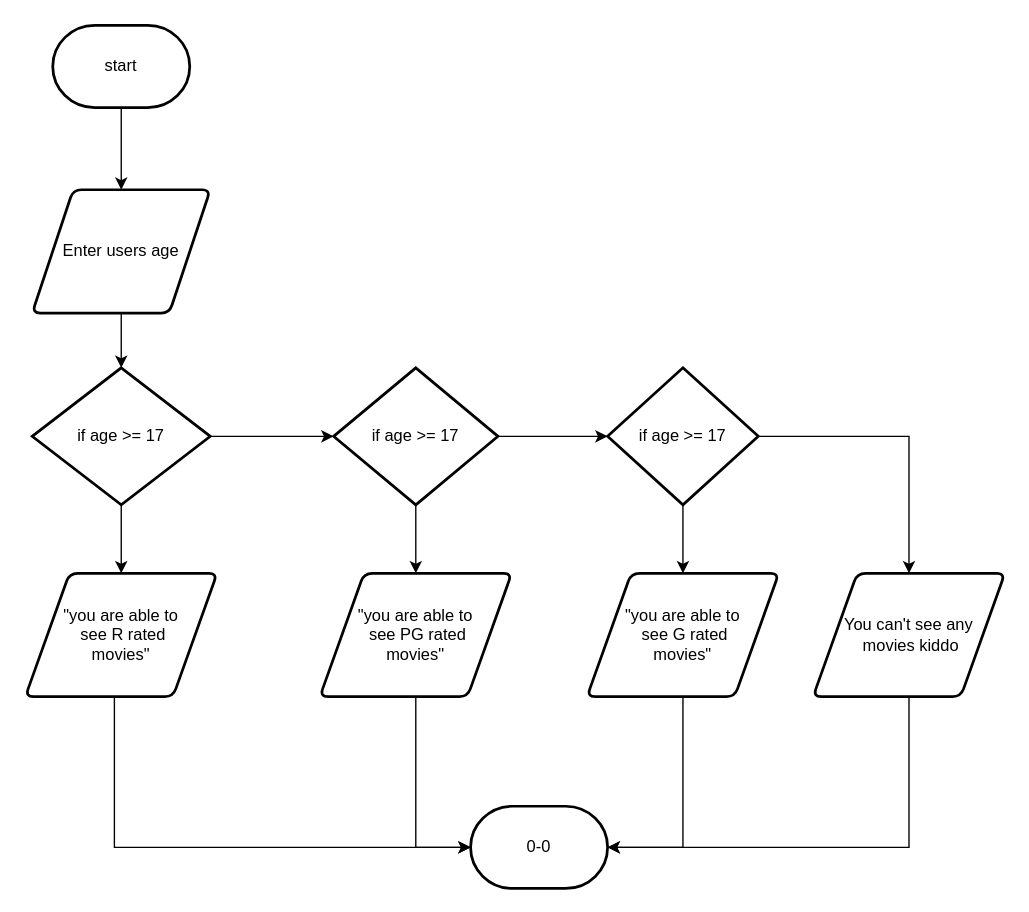
This is Untitled Diagram.drawio from Titus-diceman/ICS2O-unit-5-03-html, a draw.io file, before an edit. Source tidied: cells renumbered, new cells numbered last; positions are measured from the earlier drawing's top-left corner, leaving out a move shared by most shapes. Both pictures are drawn from the tidied source at 137%, with x=0, y=0 at pixel (25, 25).
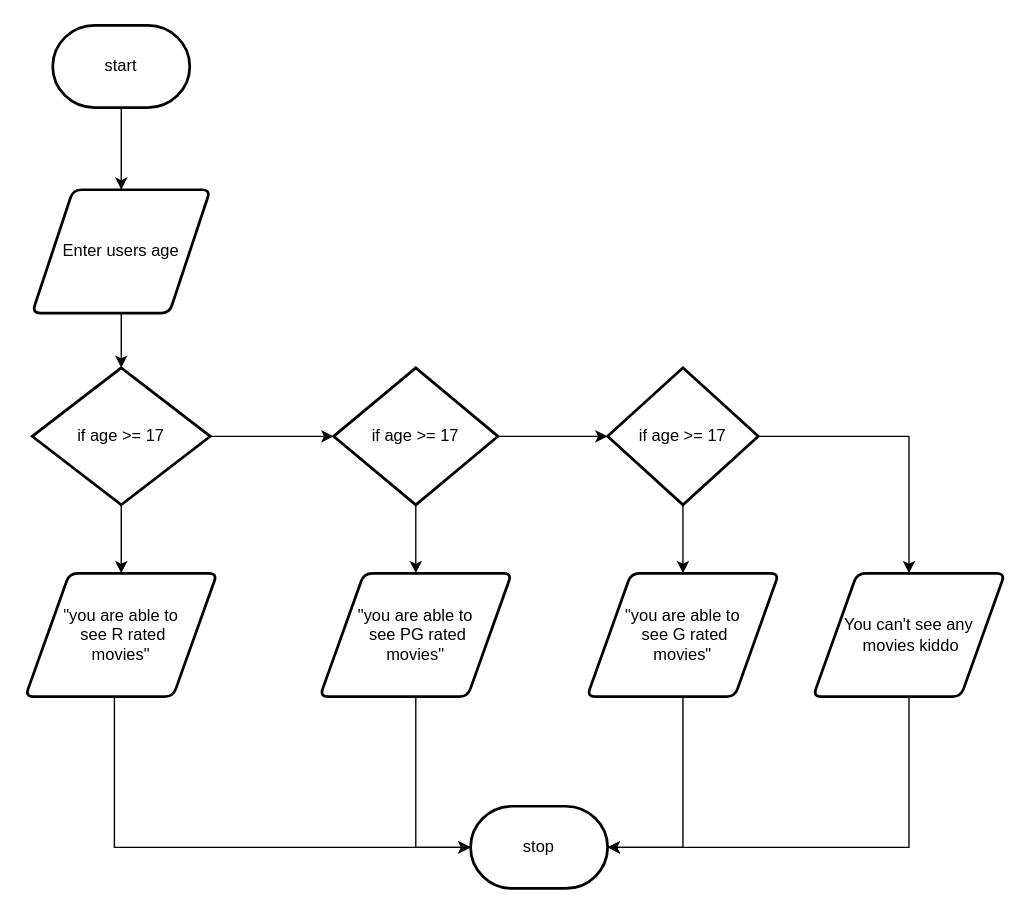
The same diagram, later.

The edit, as a diff of the source:
```diff
@@
-    <mxCell id="23" value="0-0" style="strokeWidth=2;html=1;shape=mxgraph.flowchart.terminator;whiteSpace=wrap;" parent="1" vertex="1">
+    <mxCell id="23" value="stop" style="strokeWidth=2;html=1;shape=mxgraph.flowchart.terminator;whiteSpace=wrap;" parent="1" vertex="1">
       <mxGeometry x="325" y="570" width="100" height="60" as="geometry" />
     </mxCell>
```
